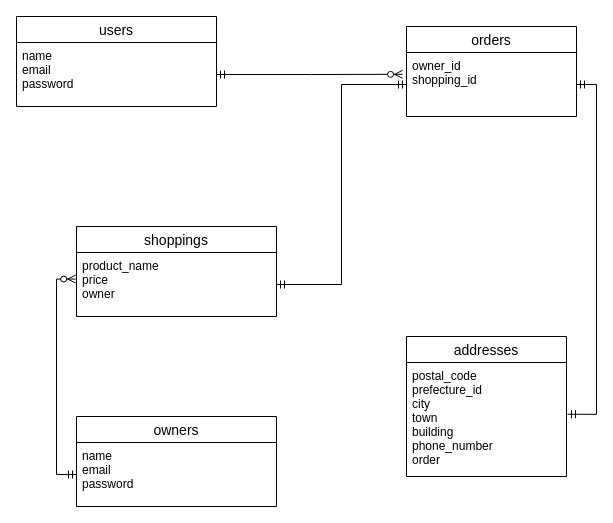
Earlier version of the draw.io diagram test.dio (kodairafumikazu/tomori_app). Source tidied: cells renumbered, new cells numbered last; positions are measured from the earlier drawing's top-left corner, leaving out a move shared by most shapes. Both pictures are drawn from the tidied source at 100%, with x=0, y=0 at pixel (16, 16).
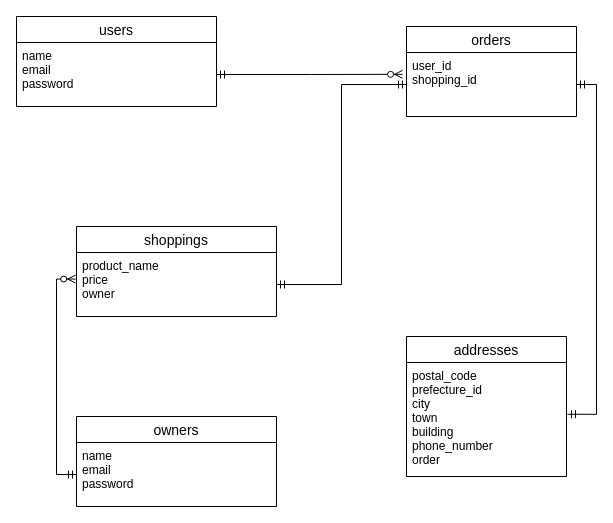
The same page after the edit.

The edit, as a diff of the source:
```diff
@@
 <mxGraphModel>
   <root>
     <mxCell id="0" />
     <mxCell id="1" parent="0" />
     <mxCell id="2" value="users" style="swimlane;fontStyle=0;horizontal=1;startSize=26;align=center;fontSize=14;" parent="1" vertex="1">
       <mxGeometry width="200" height="90" as="geometry" />
     </mxCell>
     <mxCell id="3" value="name&#10;email&#10;password&#10;" style="text;strokeColor=none;fillColor=none;spacingLeft=4;spacingRight=4;overflow=hidden;points=[[0,0.5],[1,0.5]];portConstraint=eastwest;fontSize=12;" parent="2" vertex="1">
       <mxGeometry y="26" width="200" height="64" as="geometry" />
     </mxCell>
     <mxCell id="4" value="orders" style="swimlane;fontStyle=0;horizontal=1;startSize=26;align=center;fontSize=14;" parent="1" vertex="1">
       <mxGeometry x="390" y="10" width="170" height="90" as="geometry" />
     </mxCell>
-    <mxCell id="5" value="owner_id&#10;shopping_id&#10;" style="text;strokeColor=none;fillColor=none;spacingLeft=4;spacingRight=4;overflow=hidden;points=[[0,0.5],[1,0.5]];portConstraint=eastwest;fontSize=12;" parent="4" vertex="1">
+    <mxCell id="5" value="user_id&#10;shopping_id&#10;" style="text;strokeColor=none;fillColor=none;spacingLeft=4;spacingRight=4;overflow=hidden;points=[[0,0.5],[1,0.5]];portConstraint=eastwest;fontSize=12;" parent="4" vertex="1">
       <mxGeometry y="26" width="170" height="64" as="geometry" />
     </mxCell>
     <mxCell id="6" value="addresses" style="swimlane;fontStyle=0;horizontal=1;startSize=26;align=center;fontSize=14;" parent="1" vertex="1">
       <mxGeometry x="390" y="320" width="160" height="140" as="geometry" />
     </mxCell>
     <mxCell id="7" value="postal_code&#10;prefecture_id&#10;city&#10;town&#10;building&#10;phone_number&#10;order" style="text;strokeColor=none;fillColor=none;spacingLeft=4;spacingRight=4;overflow=hidden;points=[[0,0.5],[1,0.5]];portConstraint=eastwest;fontSize=12;" parent="6" vertex="1">
       <mxGeometry y="26" width="160" height="114" as="geometry" />
     </mxCell>
     <mxCell id="8" style="edgeStyle=orthogonalEdgeStyle;rounded=0;jettySize=auto;html=1;exitX=1;exitY=0.5;exitDx=0;exitDy=0;entryX=1.006;entryY=0.454;entryDx=0;entryDy=0;entryPerimeter=0;startArrow=ERmandOne;startFill=0;endArrow=ERmandOne;endFill=0;" parent="1" edge="1" source="5" target="7">
       <mxGeometry relative="1" as="geometry" />
     </mxCell>
     <mxCell id="9" style="edgeStyle=orthogonalEdgeStyle;rounded=0;jettySize=auto;html=1;exitX=1;exitY=0.5;exitDx=0;exitDy=0;entryX=-0.023;entryY=0.341;entryDx=0;entryDy=0;entryPerimeter=0;startArrow=ERmandOne;startFill=0;endArrow=ERzeroToMany;endFill=1;" parent="1" edge="1" source="3" target="5">
       <mxGeometry relative="1" as="geometry" />
     </mxCell>
     <mxCell id="10" value="shoppings" style="swimlane;fontStyle=0;horizontal=1;startSize=26;align=center;fontSize=14;" parent="1" vertex="1">
       <mxGeometry x="60" y="210" width="200" height="90" as="geometry" />
     </mxCell>
     <mxCell id="11" value="product_name&#10;price&#10;owner" style="text;strokeColor=none;fillColor=none;spacingLeft=4;spacingRight=4;overflow=hidden;points=[[0,0.5],[1,0.5]];portConstraint=eastwest;fontSize=12;" parent="10" vertex="1">
       <mxGeometry y="26" width="200" height="64" as="geometry" />
     </mxCell>
     <mxCell id="12" style="edgeStyle=orthogonalEdgeStyle;rounded=0;jettySize=auto;html=1;exitX=1;exitY=0.5;exitDx=0;exitDy=0;startArrow=ERmandOne;startFill=0;endArrow=ERmandOne;endFill=0;entryX=0;entryY=0.5;entryDx=0;entryDy=0;" parent="1" edge="1" source="11" target="5">
       <mxGeometry relative="1" as="geometry" />
     </mxCell>
     <mxCell id="13" value="owners" style="swimlane;fontStyle=0;horizontal=1;startSize=26;align=center;fontSize=14;" parent="1" vertex="1">
       <mxGeometry x="60" y="400" width="200" height="90" as="geometry" />
     </mxCell>
     <mxCell id="14" value="name&#10;email&#10;password" style="text;strokeColor=none;fillColor=none;spacingLeft=4;spacingRight=4;overflow=hidden;points=[[0,0.5],[1,0.5]];portConstraint=eastwest;fontSize=12;" parent="13" vertex="1">
       <mxGeometry y="26" width="200" height="64" as="geometry" />
     </mxCell>
     <mxCell id="15" style="edgeStyle=orthogonalEdgeStyle;rounded=0;jettySize=auto;html=1;exitX=0;exitY=0.5;exitDx=0;exitDy=0;entryX=-0.004;entryY=0.415;entryDx=0;entryDy=0;entryPerimeter=0;startArrow=ERmandOne;startFill=0;endArrow=ERzeroToMany;endFill=1;" parent="1" edge="1" source="14" target="11">
       <mxGeometry relative="1" as="geometry" />
     </mxCell>
   </root>
 </mxGraphModel>
```
